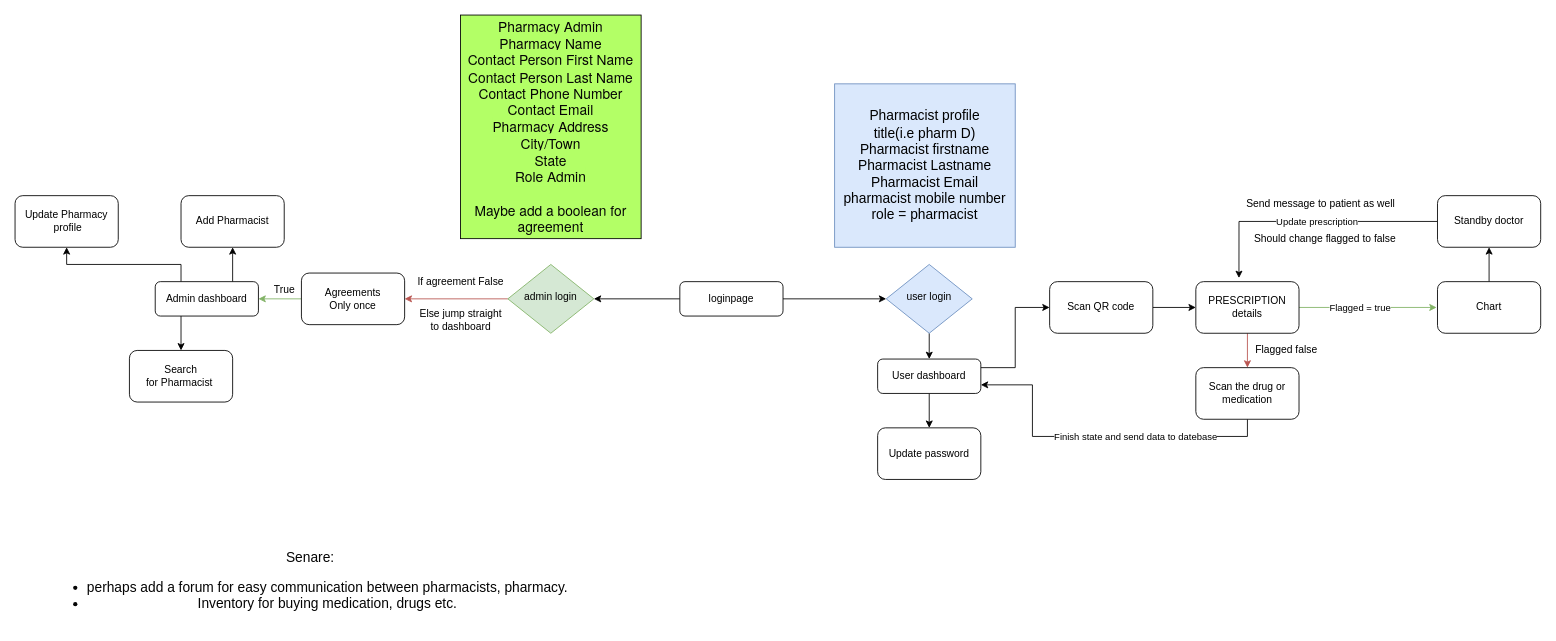
The draw.io diagram docs/ui/Untitled Diagram.drawio in devopsw18/docs, before the edit. Source tidied: cells renumbered, new cells numbered last; positions are measured from the earlier drawing's top-left corner, leaving out a move shared by most shapes. Both pictures are drawn from the tidied source at 86%, with x=0, y=0 at pixel (15, 15).
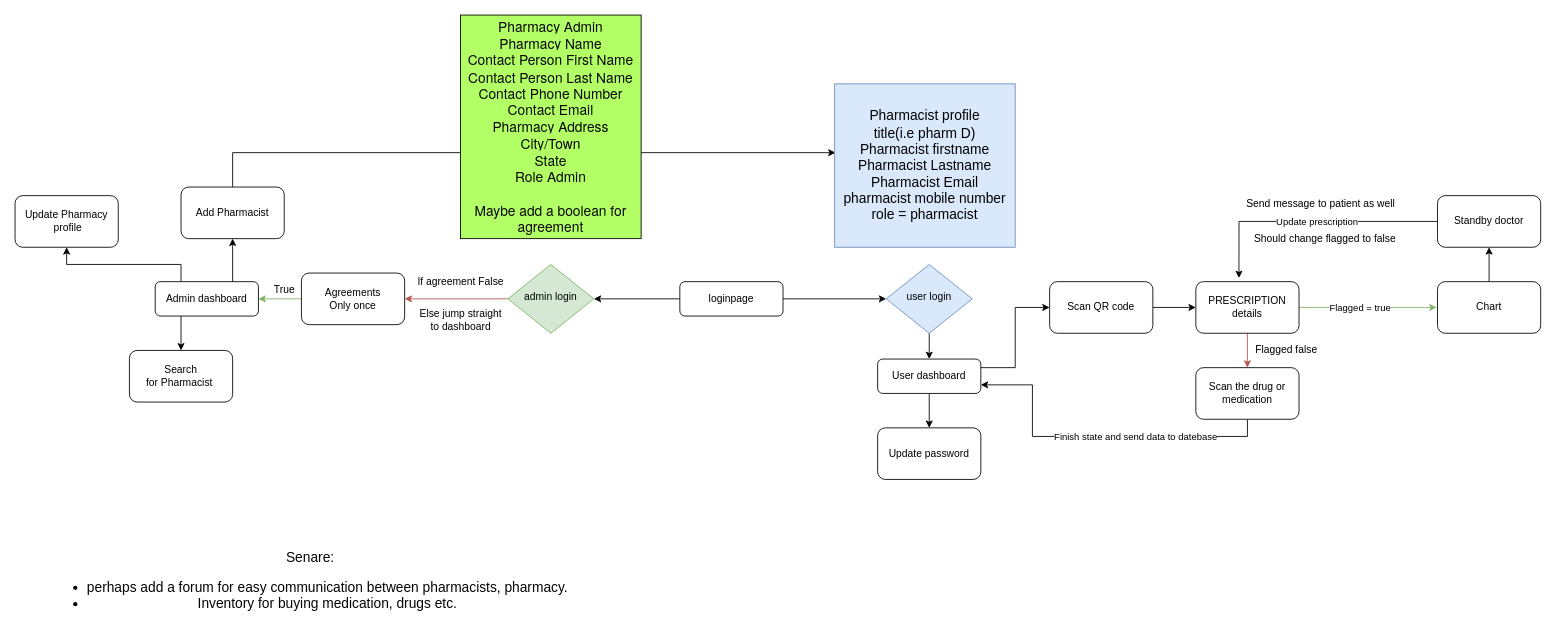
The same page after the edit.

The change refers to these unchanged cells:
```xml
<mxCell id="42" value="&lt;font style=&quot;font-size: 16px&quot;&gt;Pharmacist profile&lt;br&gt;title(i.e pharm D)&lt;br&gt;Pharmacist firstname&lt;br&gt;Pharmacist Lastname&lt;br&gt;Pharmacist Email&lt;br&gt;pharmacist mobile number&lt;br&gt;role = pharmacist&lt;/font&gt;" style="whiteSpace=wrap;html=1;fillColor=#dae8fc;strokeColor=#6c8ebf;" parent="1" vertex="1">
  <mxGeometry x="953" y="80" width="210" height="190" as="geometry" />
</mxCell>
```

Diff of the diagram source:
```diff
@@
+    <mxCell id="46" style="edgeStyle=orthogonalEdgeStyle;rounded=0;jettySize=auto;html=1;exitX=0.5;exitY=0;exitDx=0;exitDy=0;entryX=0.005;entryY=0.421;entryDx=0;entryDy=0;entryPerimeter=0;" parent="1" edge="1" source="19" target="42">
+      <mxGeometry relative="1" as="geometry" />
+    </mxCell>
     <mxCell id="19" value="Add Pharmacist" style="rounded=1;whiteSpace=wrap;html=1;" parent="1" vertex="1">
-      <mxGeometry x="193" y="210" width="120" height="60" as="geometry" />
+      <mxGeometry x="193" y="200" width="120" height="60" as="geometry" />
     </mxCell>
```
